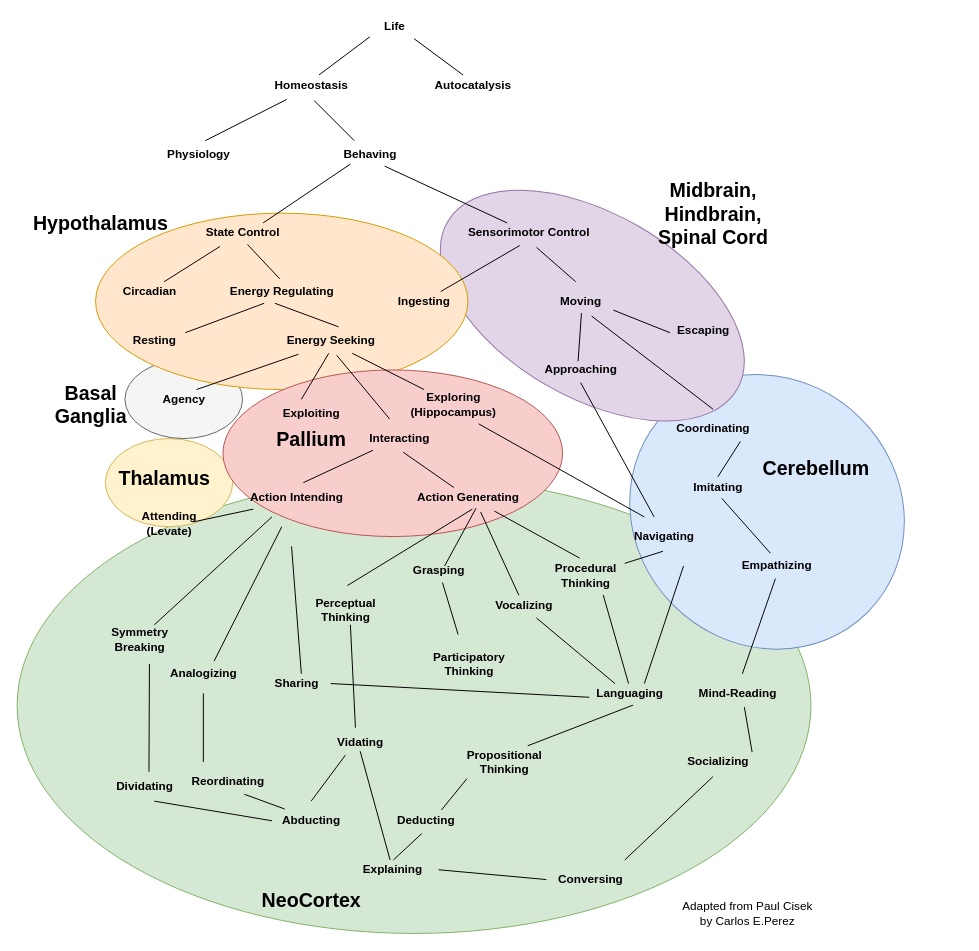
The draw.io diagram cognitive_evolution.drawio in codeaudit/1, before the edit. Source tidied: cells renumbered, new cells numbered last; positions are measured from the earlier drawing's top-left corner, leaving out a move shared by most shapes. Both pictures are drawn from the tidied source at 98%, with x=0, y=0 at pixel (17, 17).
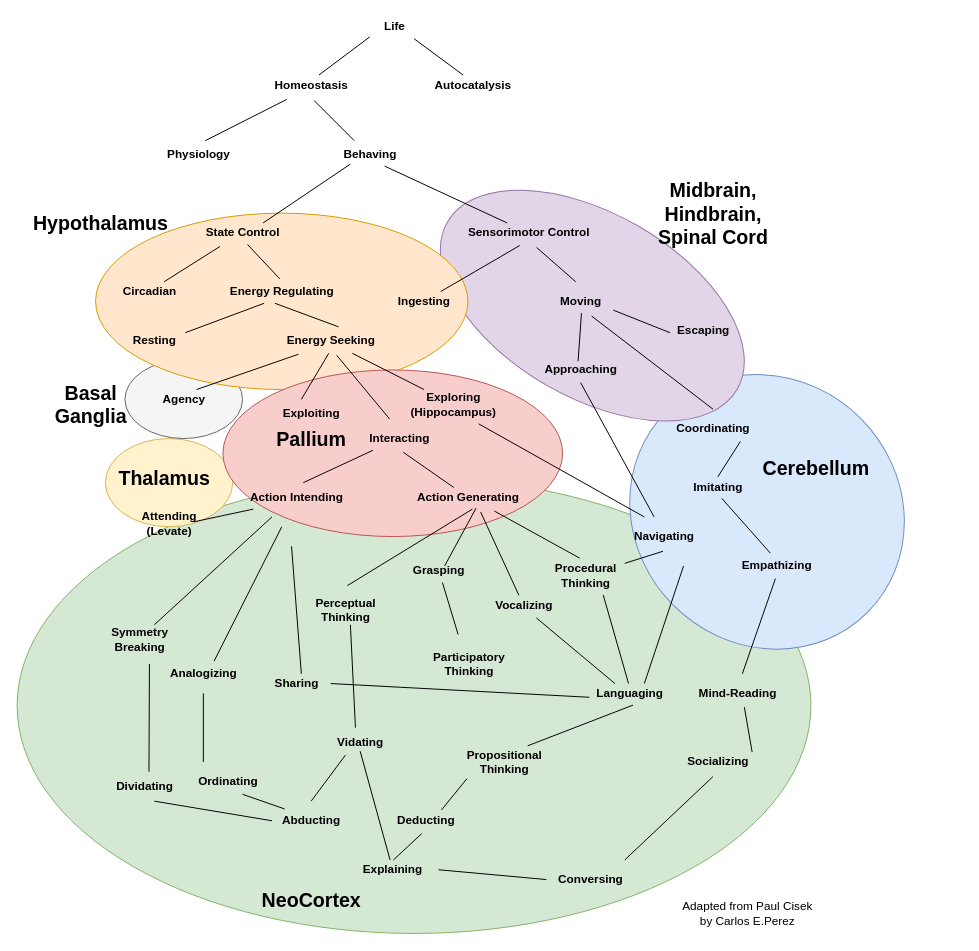
The same page after the edit.

The edit, as a diff of the source:
```diff
@@
-    <mxCell id="98" value="Reordinating" style="text;html=1;align=center;verticalAlign=middle;points=[];fontStyle=1;" parent="1" vertex="1">
-      <mxGeometry x="170" y="770" width="90" height="20" as="geometry" />
+    <mxCell id="98" value="Ordinating" style="text;html=1;align=center;verticalAlign=middle;points=[];fontStyle=1;" parent="1" vertex="1">
+      <mxGeometry x="175" y="770" width="80" height="20" as="geometry" />
     </mxCell>
```
